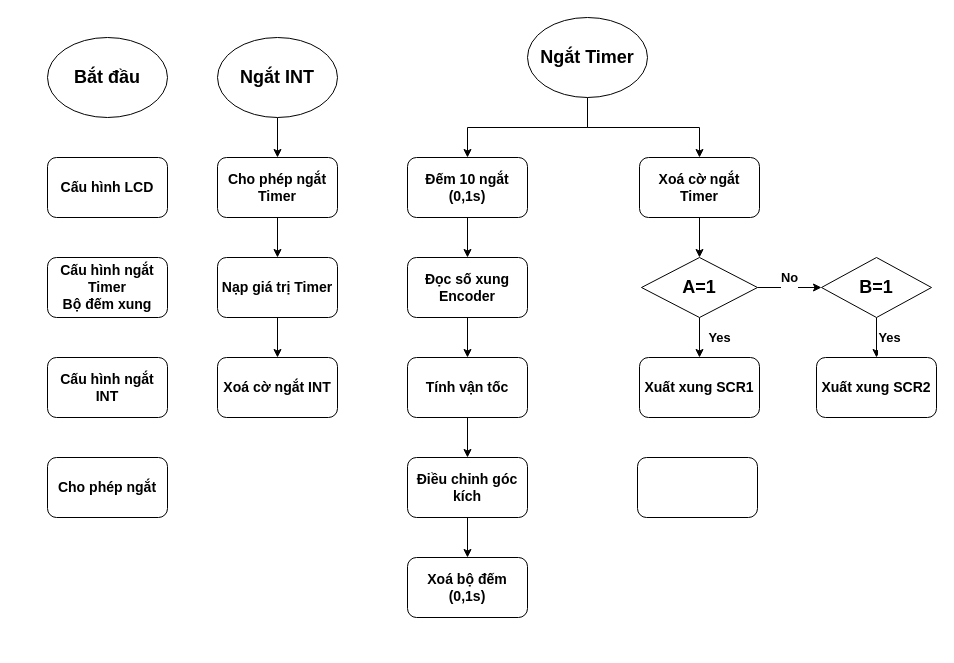
Before: DTUD.drawio in ducphan2003/demo, a draw.io diagram. Source tidied: cells renumbered, new cells numbered last; positions are measured from the earlier drawing's top-left corner, leaving out a move shared by most shapes. Both pictures are drawn from the tidied source at 100%, with x=0, y=0 at pixel (47, 17).
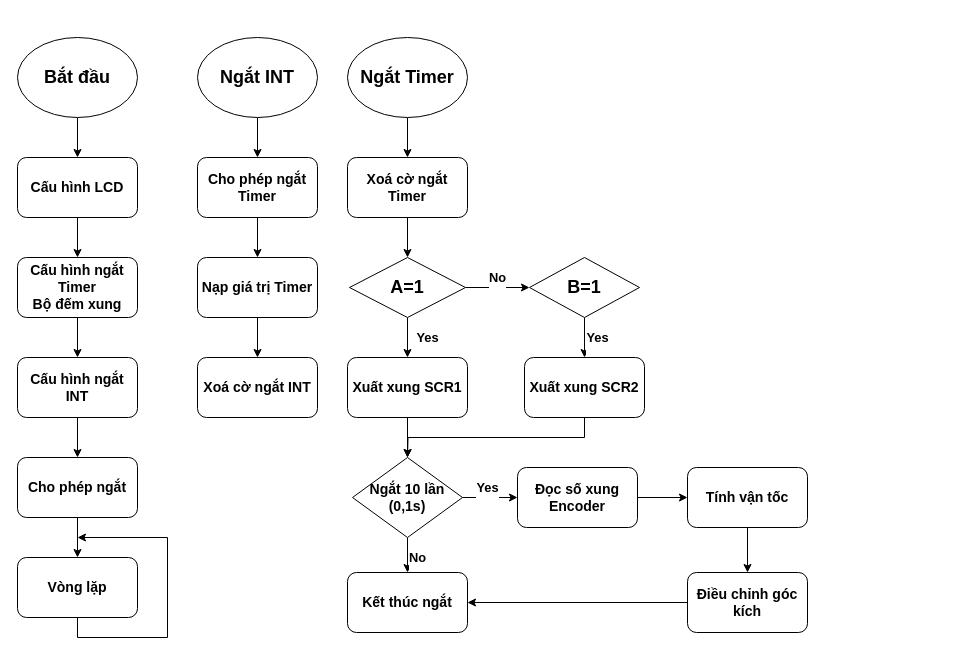
After the change.

The edit, as a diff of the source:
```diff
@@
+    <mxCell id="36" style="edgeStyle=orthogonalEdgeStyle;rounded=0;jettySize=auto;html=1;exitX=0.5;exitY=1;exitDx=0;exitDy=0;entryX=0.5;entryY=0;entryDx=0;entryDy=0;" parent="1" edge="1" source="2" target="3">
+      <mxGeometry relative="1" as="geometry" />
+    </mxCell>
     <mxCell id="2" value="&lt;h2&gt;Bắt đầu&lt;/h2&gt;" style="ellipse;whiteSpace=wrap;html=1;" parent="1" vertex="1">
-      <mxGeometry y="20" width="120" height="80" as="geometry" />
+      <mxGeometry x="-30" y="20" width="120" height="80" as="geometry" />
     </mxCell>
+    <mxCell id="37" style="edgeStyle=orthogonalEdgeStyle;rounded=0;jettySize=auto;html=1;exitX=0.5;exitY=1;exitDx=0;exitDy=0;entryX=0.5;entryY=0;entryDx=0;entryDy=0;" parent="1" edge="1" source="3" target="9">
+      <mxGeometry relative="1" as="geometry" />
+    </mxCell>
     <mxCell id="3" value="&lt;h3&gt;Cấu hình LCD&lt;/h3&gt;" style="rounded=1;whiteSpace=wrap;html=1;" parent="1" vertex="1">
-      <mxGeometry y="140" width="120" height="60" as="geometry" />
+      <mxGeometry x="-30" y="140" width="120" height="60" as="geometry" />
     </mxCell>
@@
     <mxCell id="5" value="&lt;h3&gt;Cho phép ngắt Timer&lt;/h3&gt;" style="rounded=1;whiteSpace=wrap;html=1;" parent="1" vertex="1">
-      <mxGeometry x="170" y="140" width="120" height="60" as="geometry" />
+      <mxGeometry x="150" y="140" width="120" height="60" as="geometry" />
     </mxCell>
@@
     <mxCell id="7" value="&lt;h2&gt;Ngắt INT&lt;/h2&gt;" style="ellipse;whiteSpace=wrap;html=1;" parent="1" vertex="1">
-      <mxGeometry x="170" y="20" width="120" height="80" as="geometry" />
+      <mxGeometry x="150" y="20" width="120" height="80" as="geometry" />
     </mxCell>
+    <mxCell id="38" style="edgeStyle=orthogonalEdgeStyle;rounded=0;jettySize=auto;html=1;exitX=0.5;exitY=1;exitDx=0;exitDy=0;entryX=0.5;entryY=0;entryDx=0;entryDy=0;" parent="1" edge="1" source="8" target="10">
+      <mxGeometry relative="1" as="geometry" />
+    </mxCell>
     <mxCell id="8" value="&lt;h3&gt;Cấu hình ngắt INT&lt;/h3&gt;" style="rounded=1;whiteSpace=wrap;html=1;" parent="1" vertex="1">
-      <mxGeometry y="340" width="120" height="60" as="geometry" />
+      <mxGeometry x="-30" y="340" width="120" height="60" as="geometry" />
     </mxCell>
+    <mxCell id="39" style="edgeStyle=orthogonalEdgeStyle;rounded=0;jettySize=auto;html=1;exitX=0.5;exitY=1;exitDx=0;exitDy=0;entryX=0.5;entryY=0;entryDx=0;entryDy=0;" parent="1" edge="1" source="9" target="8">
+      <mxGeometry relative="1" as="geometry" />
+    </mxCell>
     <mxCell id="9" value="&lt;h3&gt;Cấu hình ngắt Timer&lt;br&gt;Bộ đếm xung&lt;/h3&gt;" style="rounded=1;whiteSpace=wrap;html=1;" parent="1" vertex="1">
-      <mxGeometry y="240" width="120" height="60" as="geometry" />
+      <mxGeometry x="-30" y="240" width="120" height="60" as="geometry" />
     </mxCell>
+    <mxCell id="40" style="edgeStyle=orthogonalEdgeStyle;rounded=0;jettySize=auto;html=1;exitX=0.5;exitY=1;exitDx=0;exitDy=0;entryX=0.5;entryY=0;entryDx=0;entryDy=0;" parent="1" edge="1" source="10" target="49">
+      <mxGeometry relative="1" as="geometry" />
+    </mxCell>
     <mxCell id="10" value="&lt;h3&gt;Cho phép ngắt&lt;/h3&gt;" style="rounded=1;whiteSpace=wrap;html=1;" parent="1" vertex="1">
-      <mxGeometry y="440" width="120" height="60" as="geometry" />
+      <mxGeometry x="-30" y="440" width="120" height="60" as="geometry" />
     </mxCell>
@@
     <mxCell id="12" value="&lt;h3&gt;Nạp giá trị Timer&lt;/h3&gt;" style="rounded=1;whiteSpace=wrap;html=1;" parent="1" vertex="1">
-      <mxGeometry x="170" y="240" width="120" height="60" as="geometry" />
+      <mxGeometry x="150" y="240" width="120" height="60" as="geometry" />
     </mxCell>
     <mxCell id="13" value="&lt;h3&gt;Xoá cờ ngắt INT&lt;/h3&gt;" style="rounded=1;whiteSpace=wrap;html=1;" parent="1" vertex="1">
-      <mxGeometry x="170" y="340" width="120" height="60" as="geometry" />
+      <mxGeometry x="150" y="340" width="120" height="60" as="geometry" />
     </mxCell>
-    <mxCell id="14" style="edgeStyle=orthogonalEdgeStyle;rounded=0;jettySize=auto;html=1;exitX=0.5;exitY=1;exitDx=0;exitDy=0;entryX=0.5;entryY=0;entryDx=0;entryDy=0;" parent="1" edge="1" source="16" target="27">
-      <mxGeometry relative="1" as="geometry" />
-    </mxCell>
@@
     <mxCell id="16" value="&lt;h2&gt;Ngắt Timer&lt;/h2&gt;" style="ellipse;whiteSpace=wrap;html=1;" parent="1" vertex="1">
-      <mxGeometry x="480" width="120" height="80" as="geometry" />
+      <mxGeometry x="300" y="20" width="120" height="80" as="geometry" />
     </mxCell>
@@
     <mxCell id="18" value="&lt;h3&gt;Xoá cờ ngắt Timer&lt;/h3&gt;" style="rounded=1;whiteSpace=wrap;html=1;" parent="1" vertex="1">
-      <mxGeometry x="592" y="140" width="120" height="60" as="geometry" />
+      <mxGeometry x="300" y="140" width="120" height="60" as="geometry" />
     </mxCell>
@@
     <mxCell id="21" value="&lt;h2&gt;A=1&lt;/h2&gt;" style="rhombus;whiteSpace=wrap;html=1;" parent="1" vertex="1">
-      <mxGeometry x="594" y="240" width="116" height="60" as="geometry" />
+      <mxGeometry x="302" y="240" width="116" height="60" as="geometry" />
     </mxCell>
@@
     <mxCell id="23" value="&lt;h2&gt;B=1&lt;/h2&gt;" style="rhombus;whiteSpace=wrap;html=1;" parent="1" vertex="1">
-      <mxGeometry x="774" y="240" width="110" height="60" as="geometry" />
+      <mxGeometry x="482" y="240" width="110" height="60" as="geometry" />
     </mxCell>
+    <mxCell id="41" style="edgeStyle=orthogonalEdgeStyle;rounded=0;jettySize=auto;html=1;exitX=0.5;exitY=1;exitDx=0;exitDy=0;entryX=0.5;entryY=0;entryDx=0;entryDy=0;" parent="1" edge="1" source="24" target="46">
+      <mxGeometry relative="1" as="geometry" />
+    </mxCell>
     <mxCell id="24" value="&lt;h3&gt;Xuất xung SCR1&lt;/h3&gt;" style="rounded=1;whiteSpace=wrap;html=1;" parent="1" vertex="1">
-      <mxGeometry x="592" y="340" width="120" height="60" as="geometry" />
+      <mxGeometry x="300" y="340" width="120" height="60" as="geometry" />
     </mxCell>
+    <mxCell id="42" style="edgeStyle=orthogonalEdgeStyle;rounded=0;jettySize=auto;html=1;exitX=0.5;exitY=1;exitDx=0;exitDy=0;" parent="1" edge="1" source="25">
+      <mxGeometry relative="1" as="geometry">
+        <mxPoint x="360" y="440" as="targetPoint" />
+      </mxGeometry>
+    </mxCell>
     <mxCell id="25" value="&lt;h3&gt;Xuất xung SCR2&lt;/h3&gt;" style="rounded=1;whiteSpace=wrap;html=1;" parent="1" vertex="1">
-      <mxGeometry x="769" y="340" width="120" height="60" as="geometry" />
+      <mxGeometry x="477" y="340" width="120" height="60" as="geometry" />
     </mxCell>
-    <mxCell id="26" style="edgeStyle=orthogonalEdgeStyle;rounded=0;jettySize=auto;html=1;exitX=0.5;exitY=1;exitDx=0;exitDy=0;" parent="1" edge="1" source="27" target="29">
-      <mxGeometry relative="1" as="geometry" />
-    </mxCell>
-    <mxCell id="27" value="&lt;h3&gt;Đếm 10 ngắt&lt;br&gt;(0,1s)&lt;/h3&gt;" style="rounded=1;whiteSpace=wrap;html=1;" parent="1" vertex="1">
-      <mxGeometry x="360" y="140" width="120" height="60" as="geometry" />
-    </mxCell>
-    <mxCell id="28" style="edgeStyle=orthogonalEdgeStyle;rounded=0;jettySize=auto;html=1;exitX=0.5;exitY=1;exitDx=0;exitDy=0;entryX=0.5;entryY=0;entryDx=0;entryDy=0;" parent="1" edge="1" source="29" target="31">
+    <mxCell id="28" style="edgeStyle=orthogonalEdgeStyle;rounded=0;jettySize=auto;html=1;exitX=1;exitY=0.5;exitDx=0;exitDy=0;entryX=0;entryY=0.5;entryDx=0;entryDy=0;" parent="1" edge="1" source="29" target="31">
       <mxGeometry relative="1" as="geometry" />
     </mxCell>
     <mxCell id="29" value="&lt;h3&gt;Đọc số xung Encoder&lt;/h3&gt;" style="rounded=1;whiteSpace=wrap;html=1;" parent="1" vertex="1">
-      <mxGeometry x="360" y="240" width="120" height="60" as="geometry" />
+      <mxGeometry x="470" y="450" width="120" height="60" as="geometry" />
     </mxCell>
@@
     <mxCell id="31" value="&lt;h3&gt;Tính vận tốc&lt;/h3&gt;" style="rounded=1;whiteSpace=wrap;html=1;" parent="1" vertex="1">
-      <mxGeometry x="360" y="340" width="120" height="60" as="geometry" />
+      <mxGeometry x="640" y="450" width="120" height="60" as="geometry" />
     </mxCell>
-    <mxCell id="32" style="edgeStyle=orthogonalEdgeStyle;rounded=0;jettySize=auto;html=1;exitX=0.5;exitY=1;exitDx=0;exitDy=0;entryX=0.5;entryY=0;entryDx=0;entryDy=0;" parent="1" edge="1" source="33" target="34">
-      <mxGeometry relative="1" as="geometry" />
-    </mxCell>
+    <mxCell id="43" style="edgeStyle=orthogonalEdgeStyle;rounded=0;jettySize=auto;html=1;exitX=0;exitY=0.5;exitDx=0;exitDy=0;entryX=1;entryY=0.5;entryDx=0;entryDy=0;" parent="1" edge="1" source="33" target="47">
+      <mxGeometry relative="1" as="geometry" />
+    </mxCell>
     <mxCell id="33" value="&lt;h3&gt;Điều chỉnh góc kích&lt;/h3&gt;" style="rounded=1;whiteSpace=wrap;html=1;" parent="1" vertex="1">
-      <mxGeometry x="360" y="440" width="120" height="60" as="geometry" />
+      <mxGeometry x="640" y="555" width="120" height="60" as="geometry" />
     </mxCell>
-    <mxCell id="34" value="&lt;h3&gt;Xoá bộ đếm (0,1s)&lt;/h3&gt;" style="rounded=1;whiteSpace=wrap;html=1;" parent="1" vertex="1">
-      <mxGeometry x="360" y="540" width="120" height="60" as="geometry" />
-    </mxCell>
-    <mxCell id="35" style="rounded=1;whiteSpace=wrap;html=1;" parent="1" vertex="1">
-      <mxGeometry x="590" y="440" width="120" height="60" as="geometry" />
-    </mxCell>
+    <mxCell id="44" value="&lt;h3&gt;Yes&lt;/h3&gt;" style="edgeStyle=orthogonalEdgeStyle;rounded=0;jettySize=auto;html=1;exitX=1;exitY=0.5;exitDx=0;exitDy=0;entryX=0;entryY=0.5;entryDx=0;entryDy=0;" parent="1" edge="1" source="46" target="29">
+      <mxGeometry x="-0.09" y="10" relative="1" as="geometry" />
+    </mxCell>
+    <mxCell id="45" value="&lt;h3&gt;No&lt;/h3&gt;" style="edgeStyle=orthogonalEdgeStyle;rounded=0;jettySize=auto;html=1;exitX=0.5;exitY=1;exitDx=0;exitDy=0;entryX=0.5;entryY=0;entryDx=0;entryDy=0;" parent="1" edge="1" source="46" target="47">
+      <mxGeometry x="0.14" y="10" relative="1" as="geometry" />
+    </mxCell>
+    <mxCell id="46" value="&lt;h3&gt;Ngắt 10 lần (0,1s)&lt;/h3&gt;" style="rhombus;whiteSpace=wrap;html=1;" parent="1" vertex="1">
+      <mxGeometry x="305" y="440" width="110" height="80" as="geometry" />
+    </mxCell>
+    <mxCell id="47" value="&lt;h3&gt;Kết thúc ngắt&lt;/h3&gt;" style="rounded=1;whiteSpace=wrap;html=1;" parent="1" vertex="1">
+      <mxGeometry x="300" y="555" width="120" height="60" as="geometry" />
+    </mxCell>
+    <mxCell id="48" style="edgeStyle=orthogonalEdgeStyle;rounded=0;jettySize=auto;html=1;exitX=0.5;exitY=1;exitDx=0;exitDy=0;" parent="1" edge="1" source="49">
+      <mxGeometry relative="1" as="geometry">
+        <mxPoint x="30" y="520" as="targetPoint" />
+        <Array as="points">
+          <mxPoint x="30" y="620" />
+          <mxPoint x="120" y="620" />
+          <mxPoint x="120" y="520" />
+        </Array>
+      </mxGeometry>
+    </mxCell>
+    <mxCell id="49" value="&lt;h3&gt;Vòng lặp&lt;/h3&gt;" style="rounded=1;whiteSpace=wrap;html=1;" parent="1" vertex="1">
+      <mxGeometry x="-30" y="540" width="120" height="60" as="geometry" />
+    </mxCell>
```
